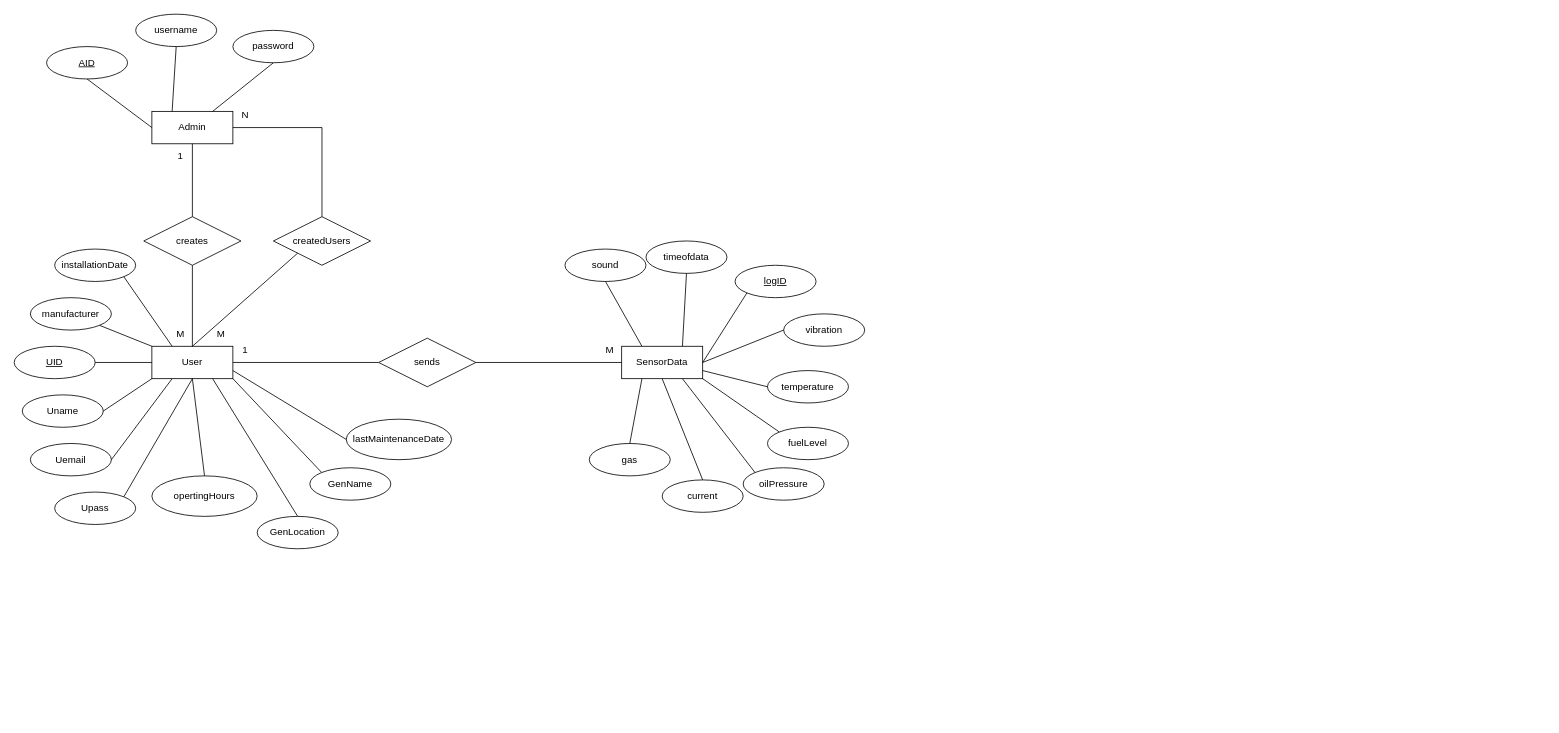
Above: assets/diagrams/ioter.drawio in AshenDulsanka/IoT-PMS (draw.io), before the change. Source tidied: cells renumbered, new cells numbered last; positions are measured from the earlier drawing's top-left corner, leaving out a move shared by most shapes. Both pictures are drawn from the tidied source at 81%, with x=0, y=0 at pixel (14, 14).
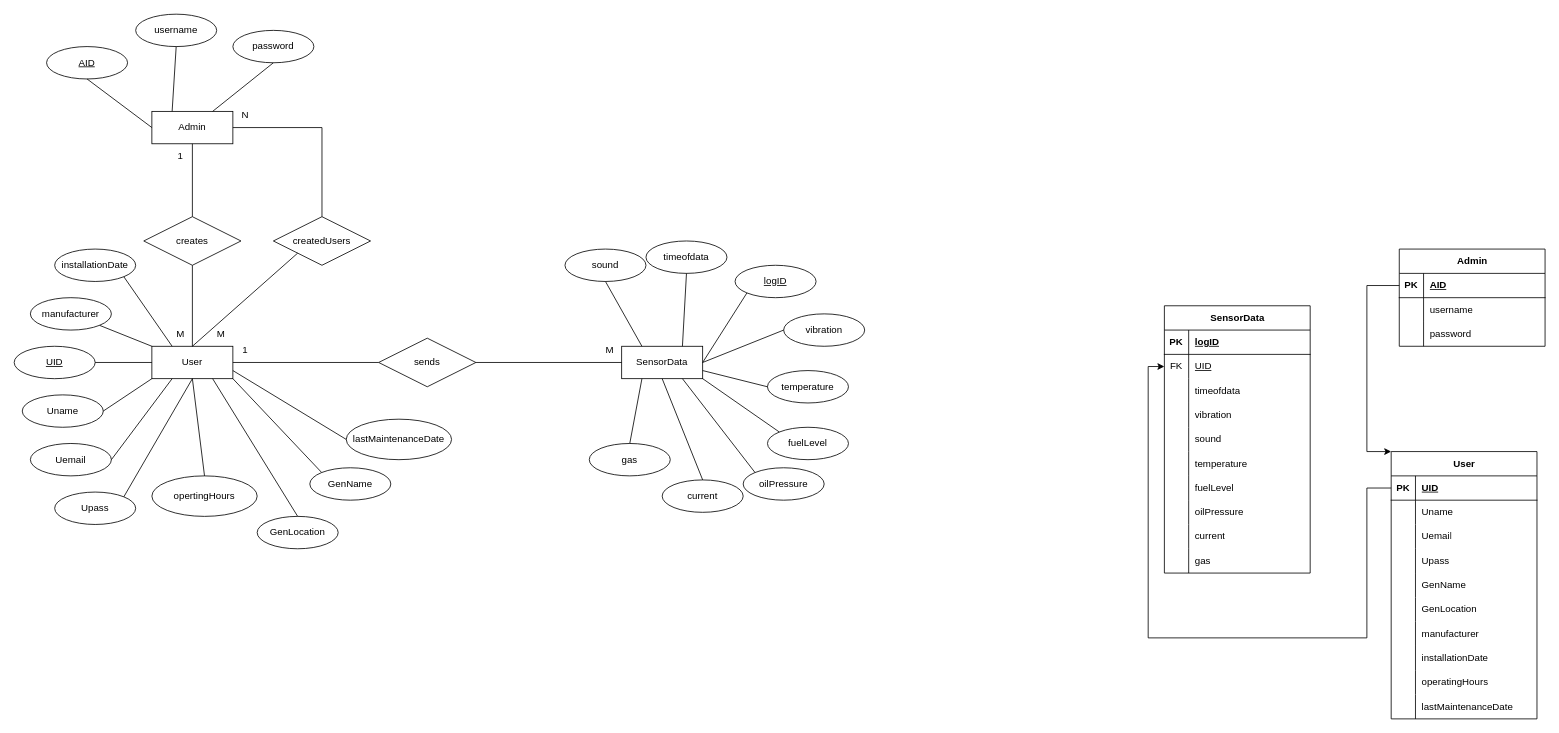
The same diagram, later.

Commit message (it also covers changes not shown here):
updated relational schema

What changed in the source:
```diff
@@
+    <mxCell id="65" value="SensorData" style="shape=table;startSize=30;childLayout=tableLayout;rowLines=0;fontStyle=1;align=center;html=1;" parent="1" vertex="1">
+      <mxGeometry x="1420" y="360" width="180" height="330" as="geometry" />
+    </mxCell>
+    <mxCell id="66" style="shape=tableRow;horizontal=0;startSize=0;swimlaneHead=0;swimlaneBody=0;fillColor=none;top=0;left=0;right=0;bottom=1;" parent="65" vertex="1">
+      <mxGeometry y="30" width="180" height="30" as="geometry" />
+    </mxCell>
+    <mxCell id="67" value="PK" style="shape=partialRectangle;fillColor=none;top=0;left=0;bottom=0;right=0;fontStyle=1;overflow=hidden;whiteSpace=wrap;html=1;" parent="66" vertex="1">
+      <mxGeometry width="30" height="30" as="geometry" />
+    </mxCell>
+    <mxCell id="68" value="logID" style="shape=partialRectangle;fillColor=none;top=0;left=0;bottom=0;right=0;align=left;spacingLeft=6;fontStyle=5;overflow=hidden;whiteSpace=wrap;html=1;" parent="66" vertex="1">
+      <mxGeometry x="30" width="150" height="30" as="geometry" />
+    </mxCell>
+    <mxCell id="69" style="shape=tableRow;horizontal=0;startSize=0;swimlaneHead=0;swimlaneBody=0;fillColor=none;points=[[0,0.5],[1,0.5]];portConstraint=eastwest;top=0;left=0;right=0;bottom=0;" parent="65" vertex="1">
+      <mxGeometry y="60" width="180" height="30" as="geometry" />
+    </mxCell>
+    <mxCell id="70" value="FK" style="shape=partialRectangle;fillColor=none;top=0;left=0;bottom=0;right=0;overflow=hidden;whiteSpace=wrap;html=1;" parent="69" vertex="1">
+      <mxGeometry width="30" height="30" as="geometry" />
+    </mxCell>
+    <mxCell id="71" value="UID" style="shape=partialRectangle;fillColor=none;top=0;left=0;bottom=0;right=0;align=left;spacingLeft=6;overflow=hidden;whiteSpace=wrap;html=1;fontStyle=4;" parent="69" vertex="1">
+      <mxGeometry x="30" width="150" height="30" as="geometry" />
+    </mxCell>
+    <mxCell id="72" style="shape=tableRow;horizontal=0;startSize=0;swimlaneHead=0;swimlaneBody=0;fillColor=none;top=0;left=0;right=0;bottom=0;" parent="65" vertex="1">
+      <mxGeometry y="90" width="180" height="30" as="geometry" />
+    </mxCell>
+    <mxCell id="73" style="shape=partialRectangle;fillColor=none;top=0;left=0;bottom=0;right=0;overflow=hidden;whiteSpace=wrap;html=1;" parent="72" vertex="1">
+      <mxGeometry width="30" height="30" as="geometry" />
+    </mxCell>
+    <mxCell id="74" value="timeofdata" style="shape=partialRectangle;fillColor=none;top=0;left=0;bottom=0;right=0;align=left;spacingLeft=6;overflow=hidden;whiteSpace=wrap;html=1;" parent="72" vertex="1">
+      <mxGeometry x="30" width="150" height="30" as="geometry" />
+    </mxCell>
+    <mxCell id="75" style="shape=tableRow;horizontal=0;startSize=0;swimlaneHead=0;swimlaneBody=0;fillColor=none;top=0;left=0;right=0;bottom=0;" parent="65" vertex="1">
+      <mxGeometry y="120" width="180" height="30" as="geometry" />
+    </mxCell>
+    <mxCell id="76" style="shape=partialRectangle;fillColor=none;top=0;left=0;bottom=0;right=0;overflow=hidden;whiteSpace=wrap;html=1;" parent="75" vertex="1">
+      <mxGeometry width="30" height="30" as="geometry" />
+    </mxCell>
+    <mxCell id="77" value="vibration" style="shape=partialRectangle;fillColor=none;top=0;left=0;bottom=0;right=0;align=left;spacingLeft=6;overflow=hidden;whiteSpace=wrap;html=1;" parent="75" vertex="1">
+      <mxGeometry x="30" width="150" height="30" as="geometry" />
+    </mxCell>
+    <mxCell id="78" style="shape=tableRow;horizontal=0;startSize=0;swimlaneHead=0;swimlaneBody=0;fillColor=none;top=0;left=0;right=0;bottom=0;" parent="65" vertex="1">
+      <mxGeometry y="150" width="180" height="30" as="geometry" />
+    </mxCell>
+    <mxCell id="79" style="shape=partialRectangle;fillColor=none;top=0;left=0;bottom=0;right=0;overflow=hidden;whiteSpace=wrap;html=1;" parent="78" vertex="1">
+      <mxGeometry width="30" height="30" as="geometry" />
+    </mxCell>
+    <mxCell id="80" value="sound" style="shape=partialRectangle;fillColor=none;top=0;left=0;bottom=0;right=0;align=left;spacingLeft=6;overflow=hidden;whiteSpace=wrap;html=1;" parent="78" vertex="1">
+      <mxGeometry x="30" width="150" height="30" as="geometry" />
+    </mxCell>
+    <mxCell id="81" style="shape=tableRow;horizontal=0;startSize=0;swimlaneHead=0;swimlaneBody=0;fillColor=none;top=0;left=0;right=0;bottom=0;" parent="65" vertex="1">
+      <mxGeometry y="180" width="180" height="30" as="geometry" />
+    </mxCell>
+    <mxCell id="82" style="shape=partialRectangle;fillColor=none;top=0;left=0;bottom=0;right=0;overflow=hidden;whiteSpace=wrap;html=1;" parent="81" vertex="1">
+      <mxGeometry width="30" height="30" as="geometry" />
+    </mxCell>
+    <mxCell id="83" value="temperature" style="shape=partialRectangle;fillColor=none;top=0;left=0;bottom=0;right=0;align=left;spacingLeft=6;overflow=hidden;whiteSpace=wrap;html=1;" parent="81" vertex="1">
+      <mxGeometry x="30" width="150" height="30" as="geometry" />
+    </mxCell>
+    <mxCell id="84" style="shape=tableRow;horizontal=0;startSize=0;swimlaneHead=0;swimlaneBody=0;fillColor=none;top=0;left=0;right=0;bottom=0;" parent="65" vertex="1">
+      <mxGeometry y="210" width="180" height="30" as="geometry" />
+    </mxCell>
+    <mxCell id="85" style="shape=partialRectangle;fillColor=none;top=0;left=0;bottom=0;right=0;overflow=hidden;whiteSpace=wrap;html=1;" parent="84" vertex="1">
+      <mxGeometry width="30" height="30" as="geometry" />
+    </mxCell>
+    <mxCell id="86" value="fuelLevel" style="shape=partialRectangle;fillColor=none;top=0;left=0;bottom=0;right=0;align=left;spacingLeft=6;overflow=hidden;whiteSpace=wrap;html=1;" parent="84" vertex="1">
+      <mxGeometry x="30" width="150" height="30" as="geometry" />
+    </mxCell>
+    <mxCell id="87" style="shape=tableRow;horizontal=0;startSize=0;swimlaneHead=0;swimlaneBody=0;fillColor=none;top=0;left=0;right=0;bottom=0;" parent="65" vertex="1">
+      <mxGeometry y="240" width="180" height="30" as="geometry" />
+    </mxCell>
+    <mxCell id="88" style="shape=partialRectangle;fillColor=none;top=0;left=0;bottom=0;right=0;overflow=hidden;whiteSpace=wrap;html=1;" parent="87" vertex="1">
+      <mxGeometry width="30" height="30" as="geometry" />
+    </mxCell>
+    <mxCell id="89" value="oilPressure" style="shape=partialRectangle;fillColor=none;top=0;left=0;bottom=0;right=0;align=left;spacingLeft=6;overflow=hidden;whiteSpace=wrap;html=1;" parent="87" vertex="1">
+      <mxGeometry x="30" width="150" height="30" as="geometry" />
+    </mxCell>
+    <mxCell id="90" style="shape=tableRow;horizontal=0;startSize=0;swimlaneHead=0;swimlaneBody=0;fillColor=none;top=0;left=0;right=0;bottom=0;" parent="65" vertex="1">
+      <mxGeometry y="270" width="180" height="30" as="geometry" />
+    </mxCell>
+    <mxCell id="91" style="shape=partialRectangle;fillColor=none;top=0;left=0;bottom=0;right=0;overflow=hidden;whiteSpace=wrap;html=1;" parent="90" vertex="1">
+      <mxGeometry width="30" height="30" as="geometry" />
+    </mxCell>
+    <mxCell id="92" value="current" style="shape=partialRectangle;fillColor=none;top=0;left=0;bottom=0;right=0;align=left;spacingLeft=6;overflow=hidden;whiteSpace=wrap;html=1;" parent="90" vertex="1">
+      <mxGeometry x="30" width="150" height="30" as="geometry" />
+    </mxCell>
+    <mxCell id="93" style="shape=tableRow;horizontal=0;startSize=0;swimlaneHead=0;swimlaneBody=0;fillColor=none;top=0;left=0;right=0;bottom=0;" parent="65" vertex="1">
+      <mxGeometry y="300" width="180" height="30" as="geometry" />
+    </mxCell>
+    <mxCell id="94" style="shape=partialRectangle;fillColor=none;top=0;left=0;bottom=0;right=0;overflow=hidden;whiteSpace=wrap;html=1;" parent="93" vertex="1">
+      <mxGeometry width="30" height="30" as="geometry" />
+    </mxCell>
+    <mxCell id="95" value="gas" style="shape=partialRectangle;fillColor=none;top=0;left=0;bottom=0;right=0;align=left;spacingLeft=6;overflow=hidden;whiteSpace=wrap;html=1;" parent="93" vertex="1">
+      <mxGeometry x="30" width="150" height="30" as="geometry" />
+    </mxCell>
+    <mxCell id="96" value="User" style="shape=table;startSize=30;childLayout=tableLayout;rowLines=0;fontStyle=1;align=center;html=1;" parent="1" vertex="1">
+      <mxGeometry x="1700" y="540" width="180" height="330" as="geometry" />
+    </mxCell>
+    <mxCell id="97" style="shape=tableRow;horizontal=0;startSize=0;swimlaneHead=0;swimlaneBody=0;fillColor=none;points=[[0,0.5],[1,0.5]];portConstraint=eastwest;top=0;left=0;right=0;bottom=1;" parent="96" vertex="1">
+      <mxGeometry y="30" width="180" height="30" as="geometry" />
+    </mxCell>
+    <mxCell id="98" value="PK" style="shape=partialRectangle;fillColor=none;top=0;left=0;bottom=0;right=0;fontStyle=1;overflow=hidden;whiteSpace=wrap;html=1;" parent="97" vertex="1">
+      <mxGeometry width="30" height="30" as="geometry" />
+    </mxCell>
+    <mxCell id="99" value="UID" style="shape=partialRectangle;fillColor=none;top=0;left=0;bottom=0;right=0;align=left;spacingLeft=6;fontStyle=5;overflow=hidden;whiteSpace=wrap;html=1;" parent="97" vertex="1">
+      <mxGeometry x="30" width="150" height="30" as="geometry" />
+    </mxCell>
+    <mxCell id="100" style="shape=tableRow;horizontal=0;startSize=0;swimlaneHead=0;swimlaneBody=0;fillColor=none;top=0;left=0;right=0;bottom=0;" parent="96" vertex="1">
+      <mxGeometry y="60" width="180" height="30" as="geometry" />
+    </mxCell>
+    <mxCell id="101" style="shape=partialRectangle;fillColor=none;top=0;left=0;bottom=0;right=0;overflow=hidden;whiteSpace=wrap;html=1;" parent="100" vertex="1">
+      <mxGeometry width="30" height="30" as="geometry" />
+    </mxCell>
+    <mxCell id="102" value="Uname" style="shape=partialRectangle;fillColor=none;top=0;left=0;bottom=0;right=0;align=left;spacingLeft=6;overflow=hidden;whiteSpace=wrap;html=1;" parent="100" vertex="1">
+      <mxGeometry x="30" width="150" height="30" as="geometry" />
+    </mxCell>
+    <mxCell id="103" style="shape=tableRow;horizontal=0;startSize=0;swimlaneHead=0;swimlaneBody=0;fillColor=none;top=0;left=0;right=0;bottom=0;" parent="96" vertex="1">
+      <mxGeometry y="90" width="180" height="30" as="geometry" />
+    </mxCell>
+    <mxCell id="104" style="shape=partialRectangle;fillColor=none;top=0;left=0;bottom=0;right=0;overflow=hidden;whiteSpace=wrap;html=1;" parent="103" vertex="1">
+      <mxGeometry width="30" height="30" as="geometry" />
+    </mxCell>
+    <mxCell id="105" value="Uemail" style="shape=partialRectangle;fillColor=none;top=0;left=0;bottom=0;right=0;align=left;spacingLeft=6;overflow=hidden;whiteSpace=wrap;html=1;" parent="103" vertex="1">
+      <mxGeometry x="30" width="150" height="30" as="geometry" />
+    </mxCell>
+    <mxCell id="106" style="shape=tableRow;horizontal=0;startSize=0;swimlaneHead=0;swimlaneBody=0;fillColor=none;top=0;left=0;right=0;bottom=0;" parent="96" vertex="1">
+      <mxGeometry y="120" width="180" height="30" as="geometry" />
+    </mxCell>
+    <mxCell id="107" style="shape=partialRectangle;fillColor=none;top=0;left=0;bottom=0;right=0;overflow=hidden;whiteSpace=wrap;html=1;" parent="106" vertex="1">
+      <mxGeometry width="30" height="30" as="geometry" />
+    </mxCell>
+    <mxCell id="108" value="Upass" style="shape=partialRectangle;fillColor=none;top=0;left=0;bottom=0;right=0;align=left;spacingLeft=6;overflow=hidden;whiteSpace=wrap;html=1;" parent="106" vertex="1">
+      <mxGeometry x="30" width="150" height="30" as="geometry" />
+    </mxCell>
+    <mxCell id="109" style="shape=tableRow;horizontal=0;startSize=0;swimlaneHead=0;swimlaneBody=0;fillColor=none;top=0;left=0;right=0;bottom=0;" parent="96" vertex="1">
+      <mxGeometry y="150" width="180" height="30" as="geometry" />
+    </mxCell>
+    <mxCell id="110" style="shape=partialRectangle;fillColor=none;top=0;left=0;bottom=0;right=0;overflow=hidden;whiteSpace=wrap;html=1;" parent="109" vertex="1">
+      <mxGeometry width="30" height="30" as="geometry" />
+    </mxCell>
+    <mxCell id="111" value="GenName" style="shape=partialRectangle;fillColor=none;top=0;left=0;bottom=0;right=0;align=left;spacingLeft=6;overflow=hidden;whiteSpace=wrap;html=1;" parent="109" vertex="1">
+      <mxGeometry x="30" width="150" height="30" as="geometry" />
+    </mxCell>
+    <mxCell id="112" style="shape=tableRow;horizontal=0;startSize=0;swimlaneHead=0;swimlaneBody=0;fillColor=none;top=0;left=0;right=0;bottom=0;" parent="96" vertex="1">
+      <mxGeometry y="180" width="180" height="30" as="geometry" />
+    </mxCell>
+    <mxCell id="113" style="shape=partialRectangle;fillColor=none;top=0;left=0;bottom=0;right=0;overflow=hidden;whiteSpace=wrap;html=1;" parent="112" vertex="1">
+      <mxGeometry width="30" height="30" as="geometry" />
+    </mxCell>
+    <mxCell id="114" value="GenLocation" style="shape=partialRectangle;fillColor=none;top=0;left=0;bottom=0;right=0;align=left;spacingLeft=6;overflow=hidden;whiteSpace=wrap;html=1;" parent="112" vertex="1">
+      <mxGeometry x="30" width="150" height="30" as="geometry" />
+    </mxCell>
+    <mxCell id="115" style="shape=tableRow;horizontal=0;startSize=0;swimlaneHead=0;swimlaneBody=0;fillColor=none;top=0;left=0;right=0;bottom=0;" parent="96" vertex="1">
+      <mxGeometry y="210" width="180" height="30" as="geometry" />
+    </mxCell>
+    <mxCell id="116" style="shape=partialRectangle;fillColor=none;top=0;left=0;bottom=0;right=0;overflow=hidden;whiteSpace=wrap;html=1;" parent="115" vertex="1">
+      <mxGeometry width="30" height="30" as="geometry" />
+    </mxCell>
+    <mxCell id="117" value="manufacturer" style="shape=partialRectangle;fillColor=none;top=0;left=0;bottom=0;right=0;align=left;spacingLeft=6;overflow=hidden;whiteSpace=wrap;html=1;" parent="115" vertex="1">
+      <mxGeometry x="30" width="150" height="30" as="geometry" />
+    </mxCell>
+    <mxCell id="118" style="shape=tableRow;horizontal=0;startSize=0;swimlaneHead=0;swimlaneBody=0;fillColor=none;top=0;left=0;right=0;bottom=0;" parent="96" vertex="1">
+      <mxGeometry y="240" width="180" height="30" as="geometry" />
+    </mxCell>
+    <mxCell id="119" style="shape=partialRectangle;fillColor=none;top=0;left=0;bottom=0;right=0;overflow=hidden;whiteSpace=wrap;html=1;" parent="118" vertex="1">
+      <mxGeometry width="30" height="30" as="geometry" />
+    </mxCell>
+    <mxCell id="120" value="installationDate" style="shape=partialRectangle;fillColor=none;top=0;left=0;bottom=0;right=0;align=left;spacingLeft=6;overflow=hidden;whiteSpace=wrap;html=1;" parent="118" vertex="1">
+      <mxGeometry x="30" width="150" height="30" as="geometry" />
+    </mxCell>
+    <mxCell id="121" style="shape=tableRow;horizontal=0;startSize=0;swimlaneHead=0;swimlaneBody=0;fillColor=none;top=0;left=0;right=0;bottom=0;" parent="96" vertex="1">
+      <mxGeometry y="270" width="180" height="30" as="geometry" />
+    </mxCell>
+    <mxCell id="122" style="shape=partialRectangle;fillColor=none;top=0;left=0;bottom=0;right=0;overflow=hidden;whiteSpace=wrap;html=1;" parent="121" vertex="1">
+      <mxGeometry width="30" height="30" as="geometry" />
+    </mxCell>
+    <mxCell id="123" value="operatingHours" style="shape=partialRectangle;fillColor=none;top=0;left=0;bottom=0;right=0;align=left;spacingLeft=6;overflow=hidden;whiteSpace=wrap;html=1;" parent="121" vertex="1">
+      <mxGeometry x="30" width="150" height="30" as="geometry" />
+    </mxCell>
+    <mxCell id="124" style="shape=tableRow;horizontal=0;startSize=0;swimlaneHead=0;swimlaneBody=0;fillColor=none;top=0;left=0;right=0;bottom=0;" parent="96" vertex="1">
+      <mxGeometry y="300" width="180" height="30" as="geometry" />
+    </mxCell>
+    <mxCell id="125" style="shape=partialRectangle;fillColor=none;top=0;left=0;bottom=0;right=0;overflow=hidden;whiteSpace=wrap;html=1;" parent="124" vertex="1">
+      <mxGeometry width="30" height="30" as="geometry" />
+    </mxCell>
+    <mxCell id="126" value="lastMaintenanceDate" style="shape=partialRectangle;fillColor=none;top=0;left=0;bottom=0;right=0;align=left;spacingLeft=6;overflow=hidden;whiteSpace=wrap;html=1;" parent="124" vertex="1">
+      <mxGeometry x="30" width="150" height="30" as="geometry" />
+    </mxCell>
+    <mxCell id="127" value="Admin" style="shape=table;startSize=30;childLayout=tableLayout;rowLines=0;fontStyle=1;align=center;html=1;" parent="1" vertex="1">
+      <mxGeometry x="1710" y="290" width="180" height="120" as="geometry" />
+    </mxCell>
+    <mxCell id="128" style="shape=tableRow;horizontal=0;startSize=0;swimlaneHead=0;swimlaneBody=0;fillColor=none;points=[[0,0.5],[1,0.5]];portConstraint=eastwest;top=0;left=0;right=0;bottom=1;" parent="127" vertex="1">
+      <mxGeometry y="30" width="180" height="30" as="geometry" />
+    </mxCell>
+    <mxCell id="129" value="PK" style="shape=partialRectangle;fillColor=none;top=0;left=0;bottom=0;right=0;fontStyle=1;overflow=hidden;whiteSpace=wrap;html=1;" parent="128" vertex="1">
+      <mxGeometry width="30" height="30" as="geometry" />
+    </mxCell>
+    <mxCell id="130" value="AID" style="shape=partialRectangle;fillColor=none;top=0;left=0;bottom=0;right=0;align=left;spacingLeft=6;fontStyle=5;overflow=hidden;whiteSpace=wrap;html=1;" parent="128" vertex="1">
+      <mxGeometry x="30" width="150" height="30" as="geometry" />
+    </mxCell>
+    <mxCell id="131" style="shape=tableRow;horizontal=0;startSize=0;swimlaneHead=0;swimlaneBody=0;fillColor=none;top=0;left=0;right=0;bottom=0;" parent="127" vertex="1">
+      <mxGeometry y="60" width="180" height="30" as="geometry" />
+    </mxCell>
+    <mxCell id="132" style="shape=partialRectangle;fillColor=none;top=0;left=0;bottom=0;right=0;overflow=hidden;whiteSpace=wrap;html=1;" parent="131" vertex="1">
+      <mxGeometry width="30" height="30" as="geometry" />
+    </mxCell>
+    <mxCell id="133" value="username" style="shape=partialRectangle;fillColor=none;top=0;left=0;bottom=0;right=0;align=left;spacingLeft=6;overflow=hidden;whiteSpace=wrap;html=1;" parent="131" vertex="1">
+      <mxGeometry x="30" width="150" height="30" as="geometry" />
+    </mxCell>
+    <mxCell id="134" style="shape=tableRow;horizontal=0;startSize=0;swimlaneHead=0;swimlaneBody=0;fillColor=none;top=0;left=0;right=0;bottom=0;" parent="127" vertex="1">
+      <mxGeometry y="90" width="180" height="30" as="geometry" />
+    </mxCell>
+    <mxCell id="135" style="shape=partialRectangle;fillColor=none;top=0;left=0;bottom=0;right=0;overflow=hidden;whiteSpace=wrap;html=1;" parent="134" vertex="1">
+      <mxGeometry width="30" height="30" as="geometry" />
+    </mxCell>
+    <mxCell id="136" value="password" style="shape=partialRectangle;fillColor=none;top=0;left=0;bottom=0;right=0;align=left;spacingLeft=6;overflow=hidden;whiteSpace=wrap;html=1;" parent="134" vertex="1">
+      <mxGeometry x="30" width="150" height="30" as="geometry" />
+    </mxCell>
+    <mxCell id="137" style="edgeStyle=orthogonalEdgeStyle;rounded=0;jettySize=auto;html=1;exitX=0;exitY=0.5;exitDx=0;exitDy=0;entryX=0;entryY=0.5;entryDx=0;entryDy=0;" parent="1" edge="1" source="97" target="69">
+      <mxGeometry relative="1" as="geometry">
+        <Array as="points">
+          <mxPoint x="1670" y="585" />
+          <mxPoint x="1670" y="770" />
+          <mxPoint x="1400" y="770" />
+          <mxPoint x="1400" y="435" />
+        </Array>
+      </mxGeometry>
+    </mxCell>
+    <mxCell id="138" style="edgeStyle=orthogonalEdgeStyle;rounded=0;jettySize=auto;html=1;exitX=0;exitY=0.5;exitDx=0;exitDy=0;entryX=0;entryY=0;entryDx=0;entryDy=0;" parent="1" edge="1" source="128" target="96">
+      <mxGeometry relative="1" as="geometry">
+        <Array as="points">
+          <mxPoint x="1670" y="335" />
+          <mxPoint x="1670" y="540" />
+        </Array>
+      </mxGeometry>
+    </mxCell>
```
